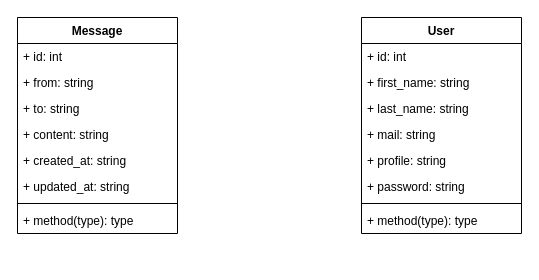
Earlier version of the draw.io diagram LARAVEL_API/MailApp.drawio (adoumasseo/UML-Modeling). Source tidied: cells renumbered, new cells numbered last; positions are measured from the earlier drawing's top-left corner, leaving out a move shared by most shapes. Both pictures are drawn from the tidied source at 100%, with x=0, y=0 at pixel (17, 17).
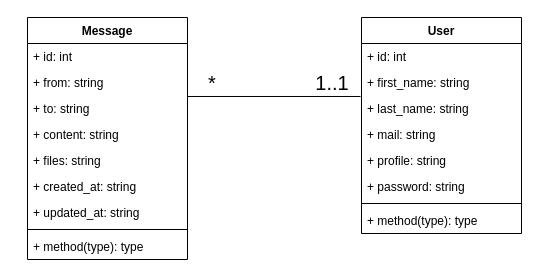
After the change.

The change refers to these unchanged cells:
```xml
<mxCell id="5" value="&lt;div&gt;+ last_name: string&lt;br&gt;&lt;/div&gt;" style="text;strokeColor=none;fillColor=none;align=left;verticalAlign=top;spacingLeft=4;spacingRight=4;overflow=hidden;points=[[0,0.5],[1,0.5]];portConstraint=eastwest;whiteSpace=wrap;html=1;" parent="2" vertex="1">
  <mxGeometry y="78" width="160" height="26" as="geometry" />
</mxCell>
<mxCell id="14" value="&lt;div&gt;+ to: string&lt;br&gt;&lt;/div&gt;" style="text;strokeColor=none;fillColor=none;align=left;verticalAlign=top;spacingLeft=4;spacingRight=4;overflow=hidden;points=[[0,0.5],[1,0.5]];portConstraint=eastwest;whiteSpace=wrap;html=1;" parent="11" vertex="1">
  <mxGeometry y="78" width="160" height="26" as="geometry" />
</mxCell>
```

What changed in the source:
```diff
@@
     <mxCell id="11" value="Message" style="swimlane;fontStyle=1;align=center;verticalAlign=top;horizontal=1;startSize=26;whiteSpace=wrap;html=1;" parent="1" vertex="1">
-      <mxGeometry width="160" height="216" as="geometry" />
+      <mxGeometry x="10" width="160" height="242" as="geometry" />
     </mxCell>
@@
+    <mxCell id="20" value="&lt;div&gt;+ files: string&lt;br&gt;&lt;/div&gt;" style="text;strokeColor=none;fillColor=none;align=left;verticalAlign=top;spacingLeft=4;spacingRight=4;overflow=hidden;whiteSpace=wrap;html=1;" parent="11" vertex="1">
+      <mxGeometry y="130" width="160" height="26" as="geometry" />
+    </mxCell>
     <mxCell id="16" value="&lt;div&gt;+ created_at: string&lt;br&gt;&lt;/div&gt;" style="text;strokeColor=none;fillColor=none;align=left;verticalAlign=top;spacingLeft=4;spacingRight=4;overflow=hidden;whiteSpace=wrap;html=1;" parent="11" vertex="1">
-      <mxGeometry y="130" width="160" height="26" as="geometry" />
+      <mxGeometry y="156" width="160" height="26" as="geometry" />
     </mxCell>
     <mxCell id="17" value="&lt;div&gt;+ updated_at: string&lt;br&gt;&lt;/div&gt;" style="text;strokeColor=none;fillColor=none;align=left;verticalAlign=top;spacingLeft=4;spacingRight=4;overflow=hidden;whiteSpace=wrap;html=1;" parent="11" vertex="1">
-      <mxGeometry y="156" width="160" height="26" as="geometry" />
+      <mxGeometry y="182" width="160" height="26" as="geometry" />
     </mxCell>
     <mxCell id="18" style="line;strokeWidth=1;fillColor=none;align=left;verticalAlign=middle;spacingTop=-1;spacingLeft=3;spacingRight=3;labelPosition=right;strokeColor=inherit;" parent="11" vertex="1">
-      <mxGeometry y="182" width="160" height="8" as="geometry" />
+      <mxGeometry y="208" width="160" height="8" as="geometry" />
     </mxCell>
     <mxCell id="19" value="+ method(type): type" style="text;strokeColor=none;fillColor=none;align=left;verticalAlign=top;spacingLeft=4;spacingRight=4;overflow=hidden;whiteSpace=wrap;html=1;" parent="11" vertex="1">
-      <mxGeometry y="190" width="160" height="26" as="geometry" />
+      <mxGeometry y="216" width="160" height="26" as="geometry" />
     </mxCell>
+    <mxCell id="21" style="endArrow=none;html=1;rounded=0;entryX=-0.006;entryY=0.038;entryDx=0;entryDy=0;entryPerimeter=0;exitX=1;exitY=0.038;exitDx=0;exitDy=0;exitPerimeter=0;" parent="1" edge="1" source="14" target="5">
+      <mxGeometry relative="1" as="geometry" />
+    </mxCell>
+    <mxCell id="22" value="&lt;font style=&quot;font-size: 20px;&quot;&gt;1..1&lt;/font&gt;" style="text;html=1;align=center;verticalAlign=middle;whiteSpace=wrap;rounded=0;" parent="1" vertex="1">
+      <mxGeometry x="300" y="50" width="30" height="30" as="geometry" />
+    </mxCell>
+    <mxCell id="23" value="&lt;font style=&quot;font-size: 20px;&quot;&gt;*&lt;/font&gt;" style="text;html=1;align=center;verticalAlign=middle;whiteSpace=wrap;rounded=0;" parent="1" vertex="1">
+      <mxGeometry x="180" y="50" width="30" height="30" as="geometry" />
+    </mxCell>
```
